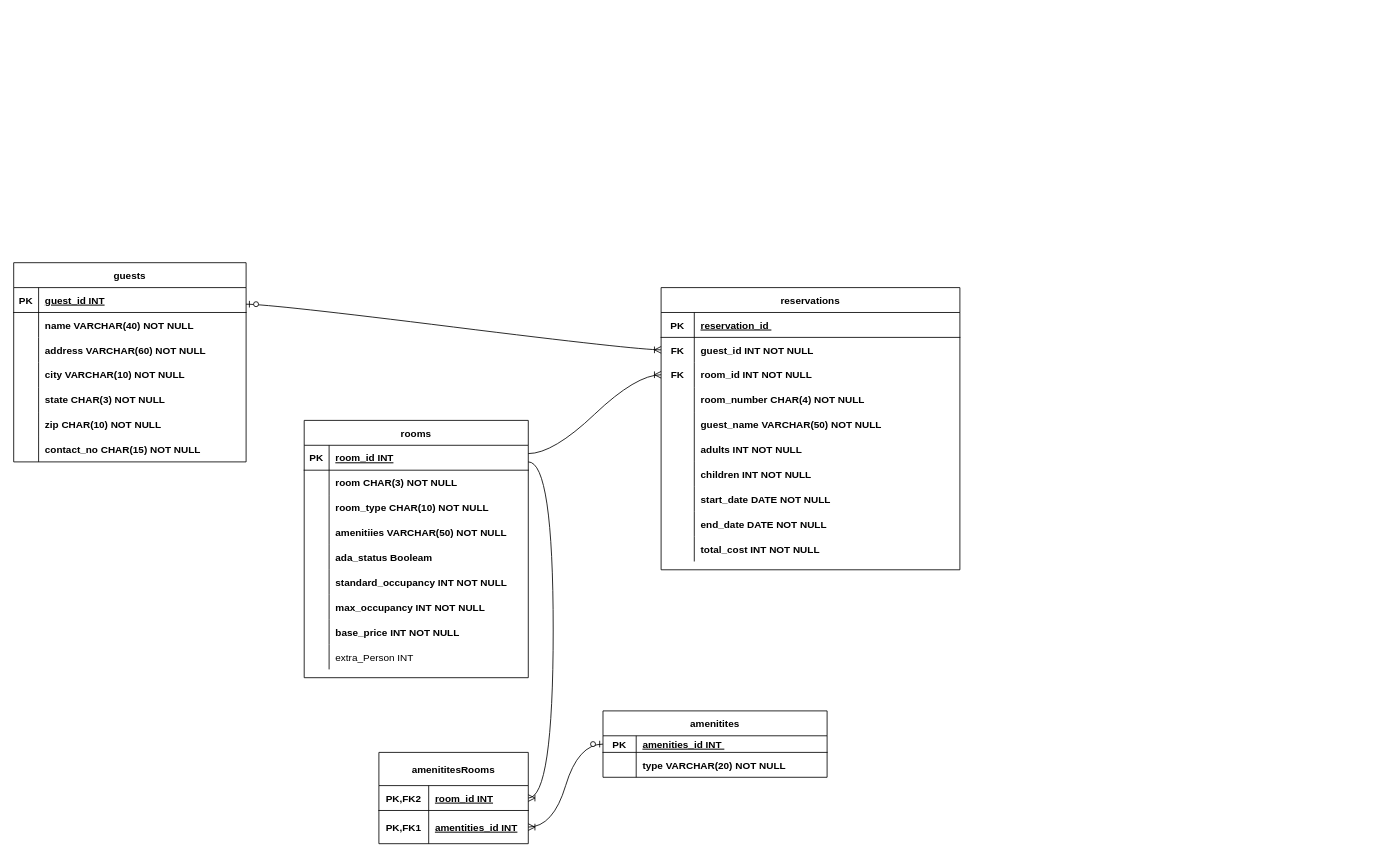
This is HotelReservation.drawio from raveen112/raveen-mathai-classwork, a draw.io file, before an edit. Source tidied: cells renumbered, new cells numbered last; positions are measured from the earlier drawing's top-left corner, leaving out a move shared by most shapes. Both pictures are drawn from the tidied source at 83%, with x=0, y=0 at pixel (13, 262).
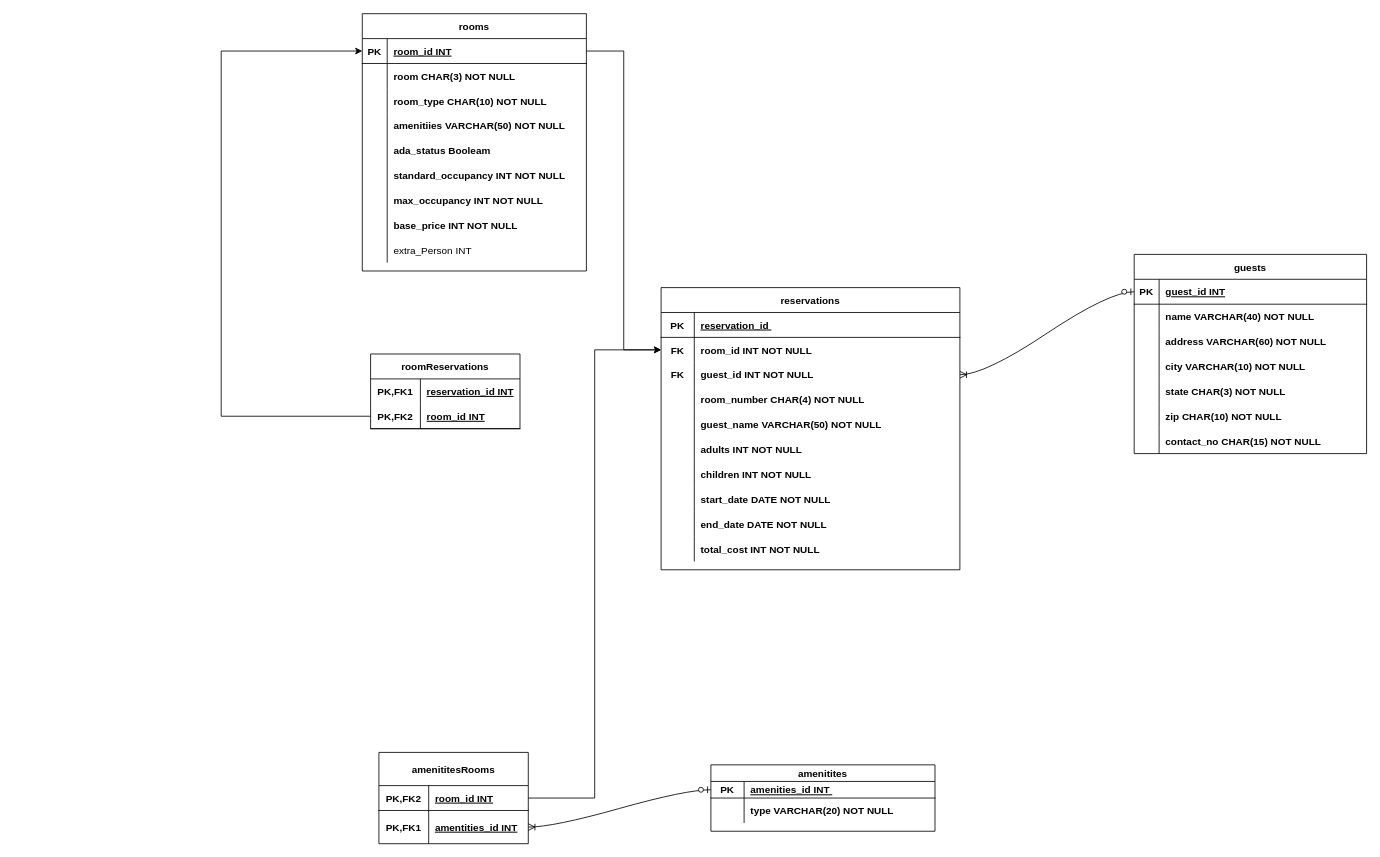
The same diagram, later.

Unchanged cells that the change refers to:
```xml
<mxCell id="2" value="reservations" style="shape=table;startSize=30;childLayout=tableLayout;rowLines=0;fontStyle=1;align=center;" parent="1" vertex="1">
  <mxGeometry x="780" y="30" width="360" height="340" as="geometry" />
</mxCell>
<mxCell id="34" style="shape=tableRow;horizontal=0;startSize=0;swimlaneHead=0;swimlaneBody=0;fillColor=none;points=[[0,0.5],[1,0.5]];portConstraint=eastwest;top=0;left=0;right=0;bottom=1;" parent="33" vertex="1">
  <mxGeometry y="30" width="270" height="30" as="geometry" />
</mxCell>
<mxCell id="62" style="shape=tableRow;horizontal=0;startSize=0;swimlaneHead=0;swimlaneBody=0;fillColor=none;points=[[0,0.5],[1,0.5]];portConstraint=eastwest;top=0;left=0;right=0;bottom=1;" parent="61" vertex="1">
  <mxGeometry y="30" width="280" height="30" as="geometry" />
</mxCell>
<mxCell id="84" style="shape=tableRow;horizontal=0;startSize=0;swimlaneHead=0;swimlaneBody=0;fillColor=none;points=[[0,0.5],[1,0.5]];portConstraint=eastwest;top=0;left=0;right=0;bottom=1;" parent="83" vertex="1">
  <mxGeometry y="40" width="180" height="30" as="geometry" />
</mxCell>
```

The edit, as a diff of the source:
```diff
@@
+    <mxCell id="9" style="shape=tableRow;horizontal=0;startSize=0;swimlaneHead=0;swimlaneBody=0;fillColor=none;points=[[0,0.5],[1,0.5]];portConstraint=eastwest;top=0;left=0;right=0;bottom=0;fontStyle=1;" parent="2" vertex="1">
+      <mxGeometry y="60" width="360" height="30" as="geometry" />
+    </mxCell>
+    <mxCell id="10" value="FK" style="shape=partialRectangle;fillColor=none;top=0;left=0;bottom=0;right=0;overflow=hidden;fontStyle=1;" parent="9" vertex="1">
+      <mxGeometry width="40" height="30" as="geometry" />
+    </mxCell>
+    <mxCell id="11" value="room_id INT NOT NULL" style="shape=partialRectangle;fillColor=none;top=0;left=0;bottom=0;right=0;align=left;spacingLeft=6;overflow=hidden;fontStyle=1;" parent="9" vertex="1">
+      <mxGeometry x="40" width="320" height="30" as="geometry" />
+    </mxCell>
     <mxCell id="6" style="shape=tableRow;horizontal=0;startSize=0;swimlaneHead=0;swimlaneBody=0;fillColor=none;points=[[0,0.5],[1,0.5]];portConstraint=eastwest;top=0;left=0;right=0;bottom=0;" parent="2" vertex="1">
-      <mxGeometry y="60" width="360" height="30" as="geometry" />
+      <mxGeometry y="90" width="360" height="30" as="geometry" />
     </mxCell>
@@
-    <mxCell id="9" style="shape=tableRow;horizontal=0;startSize=0;swimlaneHead=0;swimlaneBody=0;fillColor=none;points=[[0,0.5],[1,0.5]];portConstraint=eastwest;top=0;left=0;right=0;bottom=0;fontStyle=1;" parent="2" vertex="1">
-      <mxGeometry y="90" width="360" height="30" as="geometry" />
-    </mxCell>
-    <mxCell id="10" value="FK" style="shape=partialRectangle;fillColor=none;top=0;left=0;bottom=0;right=0;overflow=hidden;fontStyle=1;" parent="9" vertex="1">
-      <mxGeometry width="40" height="30" as="geometry" />
-    </mxCell>
-    <mxCell id="11" value="room_id INT NOT NULL" style="shape=partialRectangle;fillColor=none;top=0;left=0;bottom=0;right=0;align=left;spacingLeft=6;overflow=hidden;fontStyle=1;" parent="9" vertex="1">
-      <mxGeometry x="40" width="320" height="30" as="geometry" />
-    </mxCell>
@@
     <mxCell id="33" value="rooms" style="shape=table;startSize=30;childLayout=tableLayout;rowLines=0;fontStyle=1;align=center;" parent="1" vertex="1">
-      <mxGeometry x="350" y="190" width="270" height="310" as="geometry" />
+      <mxGeometry x="420" y="-300" width="270" height="310" as="geometry" />
     </mxCell>
@@
     <mxCell id="61" value="guests" style="shape=table;startSize=30;childLayout=tableLayout;rowLines=0;fontStyle=1;align=center;" parent="1" vertex="1">
-      <mxGeometry width="280" height="240" as="geometry" />
+      <mxGeometry x="1350" y="-10" width="280" height="240" as="geometry" />
     </mxCell>
@@
-    <mxCell id="90" value="amenitites" style="shape=table;startSize=30;childLayout=tableLayout;rowLines=0;fontStyle=1;align=center;" parent="1" vertex="1">
-      <mxGeometry x="710" y="540" width="270" height="80" as="geometry" />
+    <mxCell id="90" value="amenitites" style="shape=table;startSize=20;childLayout=tableLayout;rowLines=0;fontStyle=1;align=center;" parent="1" vertex="1">
+      <mxGeometry x="840" y="605" width="270" height="80" as="geometry" />
     </mxCell>
     <mxCell id="91" style="shape=tableRow;horizontal=0;startSize=0;swimlaneHead=0;swimlaneBody=0;fillColor=none;points=[[0,0.5],[1,0.5]];portConstraint=eastwest;top=0;left=0;right=0;bottom=1;" parent="90" vertex="1">
-      <mxGeometry y="30" width="270" height="20" as="geometry" />
+      <mxGeometry y="20" width="270" height="20" as="geometry" />
     </mxCell>
@@
     <mxCell id="94" style="shape=tableRow;horizontal=0;startSize=0;swimlaneHead=0;swimlaneBody=0;fillColor=none;top=0;left=0;right=0;bottom=0;" parent="90" vertex="1">
-      <mxGeometry y="50" width="270" height="30" as="geometry" />
+      <mxGeometry y="40" width="270" height="30" as="geometry" />
     </mxCell>
@@
-    <mxCell id="97" style="edgeStyle=entityRelationEdgeStyle;fontSize=12;html=1;endArrow=ERoneToMany;startArrow=ERzeroToOne;rounded=0;curved=1;entryX=0;entryY=0.5;entryDx=0;entryDy=0;" parent="1" edge="1" target="6">
-      <mxGeometry relative="1" as="geometry">
-        <mxPoint x="280" y="50" as="sourcePoint" />
-      </mxGeometry>
+    <mxCell id="97" style="edgeStyle=entityRelationEdgeStyle;fontSize=12;html=1;endArrow=ERoneToMany;startArrow=ERzeroToOne;rounded=0;curved=1;entryX=1;entryY=0.5;entryDx=0;entryDy=0;exitX=0;exitY=0.5;exitDx=0;exitDy=0;" parent="1" edge="1" source="62" target="6">
+      <mxGeometry relative="1" as="geometry" />
     </mxCell>
@@
-    <mxCell id="99" style="edgeStyle=entityRelationEdgeStyle;fontSize=12;html=1;endArrow=ERoneToMany;rounded=0;curved=1;entryX=1;entryY=0.5;entryDx=0;entryDy=0;" parent="1" edge="1" target="84">
-      <mxGeometry relative="1" as="geometry">
-        <mxPoint x="620" y="240" as="sourcePoint" />
-      </mxGeometry>
-    </mxCell>
-    <mxCell id="100" style="edgeStyle=entityRelationEdgeStyle;fontSize=12;html=1;endArrow=ERoneToMany;rounded=0;curved=1;entryX=0;entryY=0.5;entryDx=0;entryDy=0;" parent="1" edge="1" target="9">
-      <mxGeometry relative="1" as="geometry">
-        <mxPoint x="620" y="230" as="sourcePoint" />
-      </mxGeometry>
-    </mxCell>
+    <mxCell id="101" value="roomReservations" style="shape=table;startSize=30;childLayout=tableLayout;rowLines=0;fontStyle=1;align=center;" parent="1" vertex="1">
+      <mxGeometry x="430" y="110" width="180" height="90" as="geometry" />
+    </mxCell>
+    <mxCell id="102" style="shape=tableRow;horizontal=0;startSize=0;swimlaneHead=0;swimlaneBody=0;fillColor=none;top=0;left=0;right=0;bottom=0;" parent="101" vertex="1">
+      <mxGeometry y="30" width="180" height="30" as="geometry" />
+    </mxCell>
+    <mxCell id="103" value="PK,FK1" style="shape=partialRectangle;fillColor=none;top=0;left=0;bottom=0;right=0;fontStyle=1;overflow=hidden;" parent="102" vertex="1">
+      <mxGeometry width="60" height="30" as="geometry" />
+    </mxCell>
+    <mxCell id="104" value="reservation_id INT" style="shape=partialRectangle;fillColor=none;top=0;left=0;bottom=0;right=0;align=left;spacingLeft=6;fontStyle=5;overflow=hidden;" parent="102" vertex="1">
+      <mxGeometry x="60" width="120" height="30" as="geometry" />
+    </mxCell>
+    <mxCell id="105" style="shape=tableRow;horizontal=0;startSize=0;swimlaneHead=0;swimlaneBody=0;fillColor=none;points=[[0,0.5],[1,0.5]];portConstraint=eastwest;top=0;left=0;right=0;bottom=1;" parent="101" vertex="1">
+      <mxGeometry y="60" width="180" height="30" as="geometry" />
+    </mxCell>
+    <mxCell id="106" value="PK,FK2" style="shape=partialRectangle;fillColor=none;top=0;left=0;bottom=0;right=0;fontStyle=1;overflow=hidden;" parent="105" vertex="1">
+      <mxGeometry width="60" height="30" as="geometry" />
+    </mxCell>
+    <mxCell id="107" value="room_id INT" style="shape=partialRectangle;fillColor=none;top=0;left=0;bottom=0;right=0;align=left;spacingLeft=6;fontStyle=5;overflow=hidden;" parent="105" vertex="1">
+      <mxGeometry x="60" width="120" height="30" as="geometry" />
+    </mxCell>
+    <mxCell id="108" style="edgeStyle=orthogonalEdgeStyle;rounded=0;jettySize=auto;html=1;entryX=0;entryY=0.5;entryDx=0;entryDy=0;" parent="1" edge="1" source="105" target="34">
+      <mxGeometry relative="1" as="geometry">
+        <Array as="points">
+          <mxPoint x="250" y="185" />
+          <mxPoint x="250" y="-255" />
+        </Array>
+      </mxGeometry>
+    </mxCell>
+    <mxCell id="109" style="edgeStyle=orthogonalEdgeStyle;rounded=0;jettySize=auto;html=1;entryX=0;entryY=0.5;entryDx=0;entryDy=0;" parent="1" edge="1" source="34" target="9">
+      <mxGeometry relative="1" as="geometry" />
+    </mxCell>
+    <mxCell id="110" style="edgeStyle=orthogonalEdgeStyle;rounded=0;jettySize=auto;html=1;entryX=0;entryY=0.5;entryDx=0;entryDy=0;" parent="1" edge="1" source="84" target="9">
+      <mxGeometry relative="1" as="geometry" />
+    </mxCell>
```
